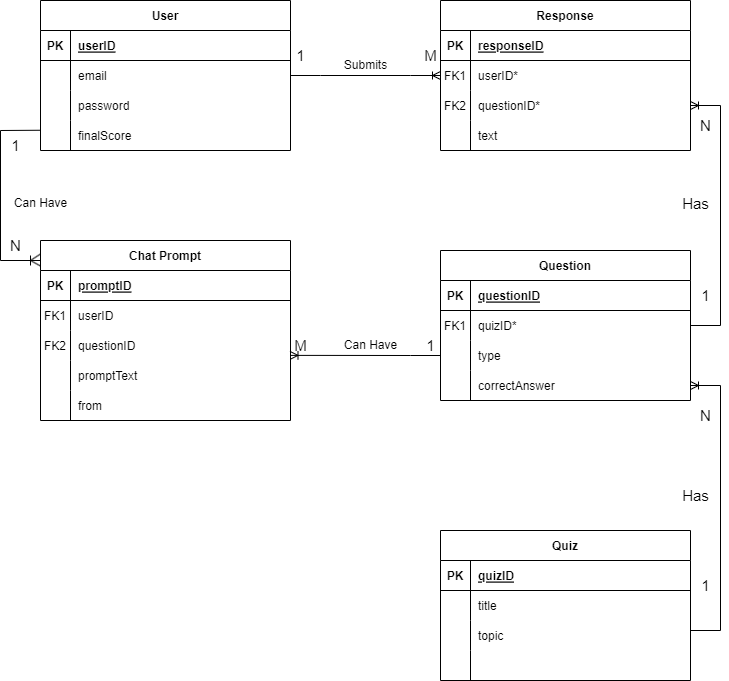
This is ERD.png from GaryAllan1/L4-Project, a draw.io export, as it was before one commit. Source tidied: cells renumbered, new cells last; positions are measured from the earlier drawing's top-left corner, leaving out a move shared by most shapes.
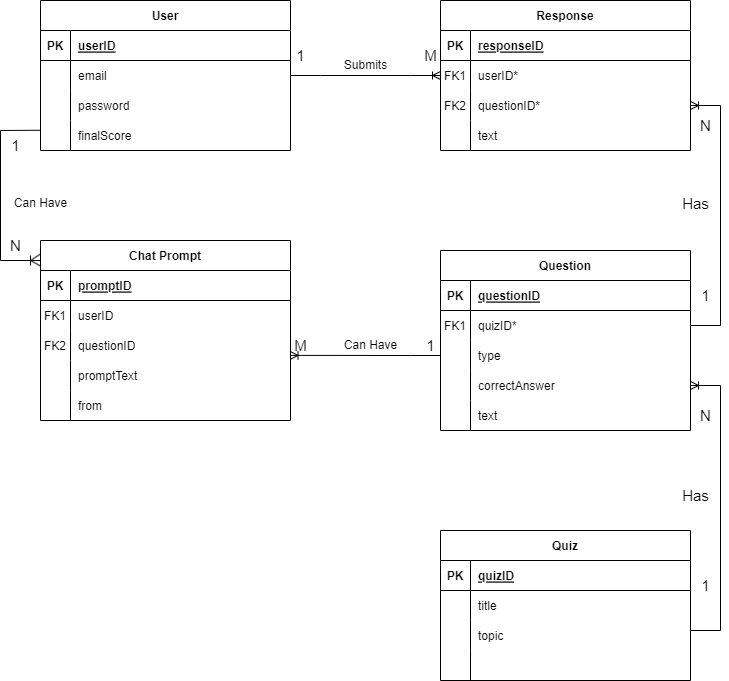
The same file after the commit.

What changed in the source:
```diff
@@ -42,7 +42,7 @@
       <mxGeometry x="30" width="220" height="30" as="geometry" />
     </mxCell>
     <mxCell id="15" value="Question" style="shape=table;startSize=30;rowLines=0;fontStyle=1;align=center;" parent="1" vertex="1">
-      <mxGeometry x="440" y="250" width="250" height="150" as="geometry" />
+      <mxGeometry x="440" y="250" width="250" height="180" as="geometry" />
     </mxCell>
     <mxCell id="16" style="shape=partialRectangle;fillColor=none;top=0;left=0;right=0;bottom=1;" parent="15" vertex="1">
       <mxGeometry y="30" width="250" height="30" as="geometry" />
@@ -80,6 +80,15 @@
     <mxCell id="27" value="correctAnswer" style="shape=partialRectangle;overflow=hidden;fillColor=none;top=0;left=0;bottom=0;right=0;align=left;spacingLeft=6;" parent="25" vertex="1">
       <mxGeometry x="30" width="220" height="30" as="geometry" />
     </mxCell>
+    <mxCell id="95" style="shape=partialRectangle;fillColor=none;top=0;left=0;right=0;bottom=0;" parent="15" vertex="1">
+      <mxGeometry y="150" width="250" height="30" as="geometry" />
+    </mxCell>
+    <mxCell id="96" style="shape=partialRectangle;overflow=hidden;fillColor=none;top=0;left=0;bottom=0;right=0;" parent="95" vertex="1">
+      <mxGeometry width="30" height="30" as="geometry" />
+    </mxCell>
+    <mxCell id="97" value="text" style="shape=partialRectangle;overflow=hidden;fillColor=none;top=0;left=0;bottom=0;right=0;align=left;spacingLeft=6;" parent="95" vertex="1">
+      <mxGeometry x="30" width="220" height="30" as="geometry" />
+    </mxCell>
     <mxCell id="28" value="User" style="shape=table;startSize=30;rowLines=0;fontStyle=1;align=center;" parent="1" vertex="1">
       <mxGeometry x="40" width="250" height="150" as="geometry" />
     </mxCell>
```
